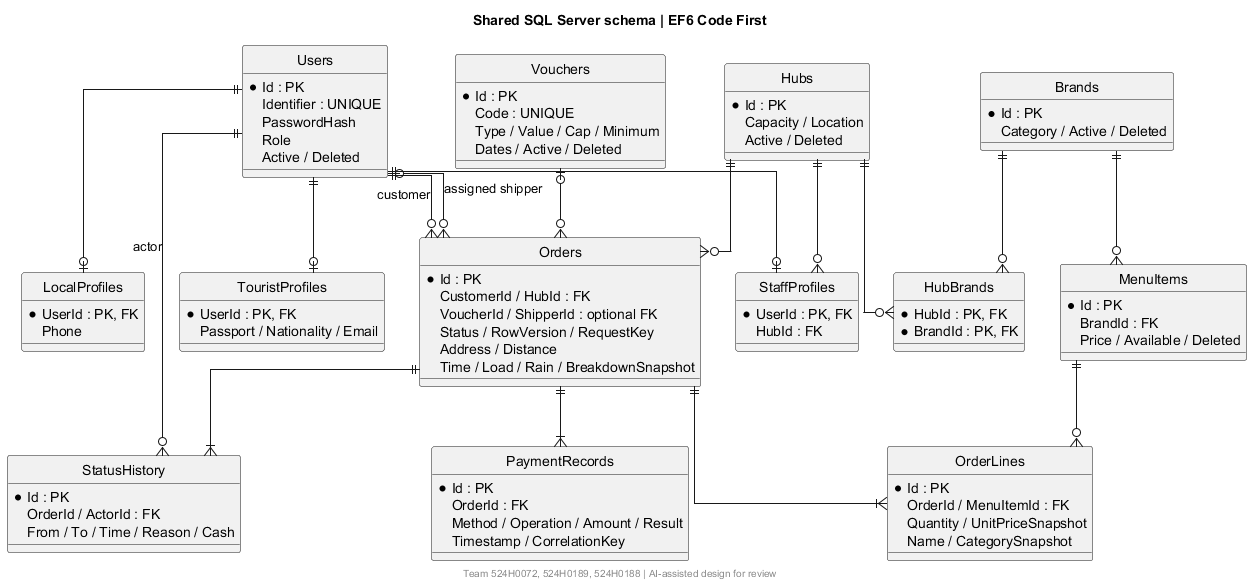
Above: docs/part2/diagrams/database-erd.png in rumnopro0809/saigonbite-group3 (PlantUML), before the change. Its diagram source:
```plantuml
@startuml
hide circle
skinparam linetype ortho
title Shared SQL Server schema | EF6 Code First
footer Team 524H0072, 524H0189, 524H0188 | AI-assisted design for review
entity Users {
 * Id : PK
 Identifier : UNIQUE
 PasswordHash
 Role
 Active / Deleted
}
entity LocalProfiles {
 * UserId : PK, FK
 Phone
}
entity TouristProfiles {
 * UserId : PK, FK
 Passport / Nationality / Email
}
entity StaffProfiles {
 * UserId : PK, FK
 HubId : FK
}
entity Hubs {
 * Id : PK
 Capacity / Location
 Active / Deleted
}
entity Brands {
 * Id : PK
 Category / Active / Deleted
}
entity HubBrands {
 * HubId : PK, FK
 * BrandId : PK, FK
}
entity MenuItems {
 * Id : PK
 BrandId : FK
 Price / Available / Deleted
}
entity Vouchers {
 * Id : PK
 Code : UNIQUE
 Type / Value / Cap / Minimum
 Dates / Active / Deleted
}
entity Orders {
 * Id : PK
 CustomerId / HubId : FK
 VoucherId / ShipperId : optional FK
 Status / RowVersion / RequestKey
 Address / Distance
 Time / Load / Rain / BreakdownSnapshot
}
entity OrderLines {
 * Id : PK
 OrderId / MenuItemId : FK
 Quantity / UnitPriceSnapshot
 Name / CategorySnapshot
}
entity PaymentRecords {
 * Id : PK
 OrderId : FK
 Method / Operation / Amount / Result
 Timestamp / CorrelationKey
}
entity StatusHistory {
 * Id : PK
 OrderId / ActorId : FK
 From / To / Time / Reason / Cash
}
Users ||--o| LocalProfiles
Users ||--o| TouristProfiles
Users ||--o| StaffProfiles
Hubs ||--o{ StaffProfiles
Hubs ||--o{ HubBrands
Brands ||--o{ HubBrands
Brands ||--o{ MenuItems
Users ||--o{ Orders : customer
Users |o--o{ Orders : assigned shipper
Hubs ||--o{ Orders
Vouchers |o--o{ Orders
Orders ||--|{ OrderLines
MenuItems ||--o{ OrderLines
Orders ||--|{ PaymentRecords
Orders ||--|{ StatusHistory
Users ||--o{ StatusHistory : actor
@enduml
```
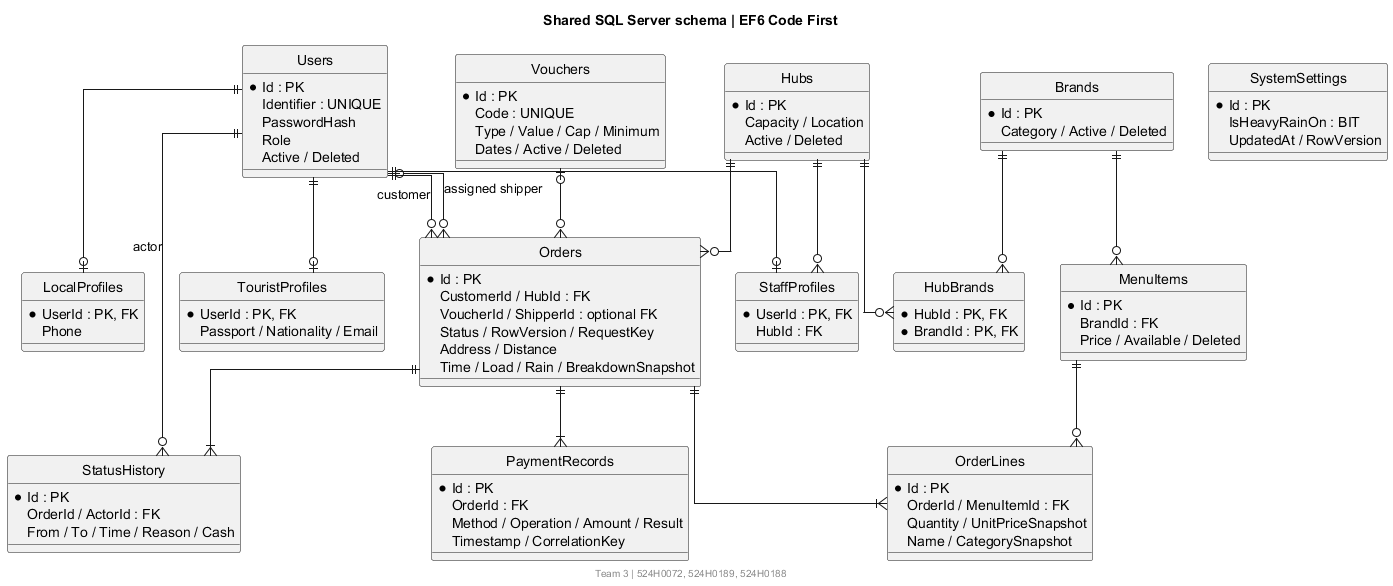
Above is the later version.

The edit, as a diff of the source:
```diff
@@ -2,7 +2,7 @@
 hide circle
 skinparam linetype ortho
 title Shared SQL Server schema | EF6 Code First
-footer Team 524H0072, 524H0189, 524H0188 | AI-assisted design for review
+footer Team 3 | 524H0072, 524H0189, 524H0188
 entity Users {
  * Id : PK
  Identifier : UNIQUE
@@ -46,6 +46,11 @@
  Type / Value / Cap / Minimum
  Dates / Active / Deleted
 }
+entity SystemSettings {
+ * Id : PK
+ IsHeavyRainOn : BIT
+ UpdatedAt / RowVersion
+}
 entity Orders {
  * Id : PK
  CustomerId / HubId : FK
```
